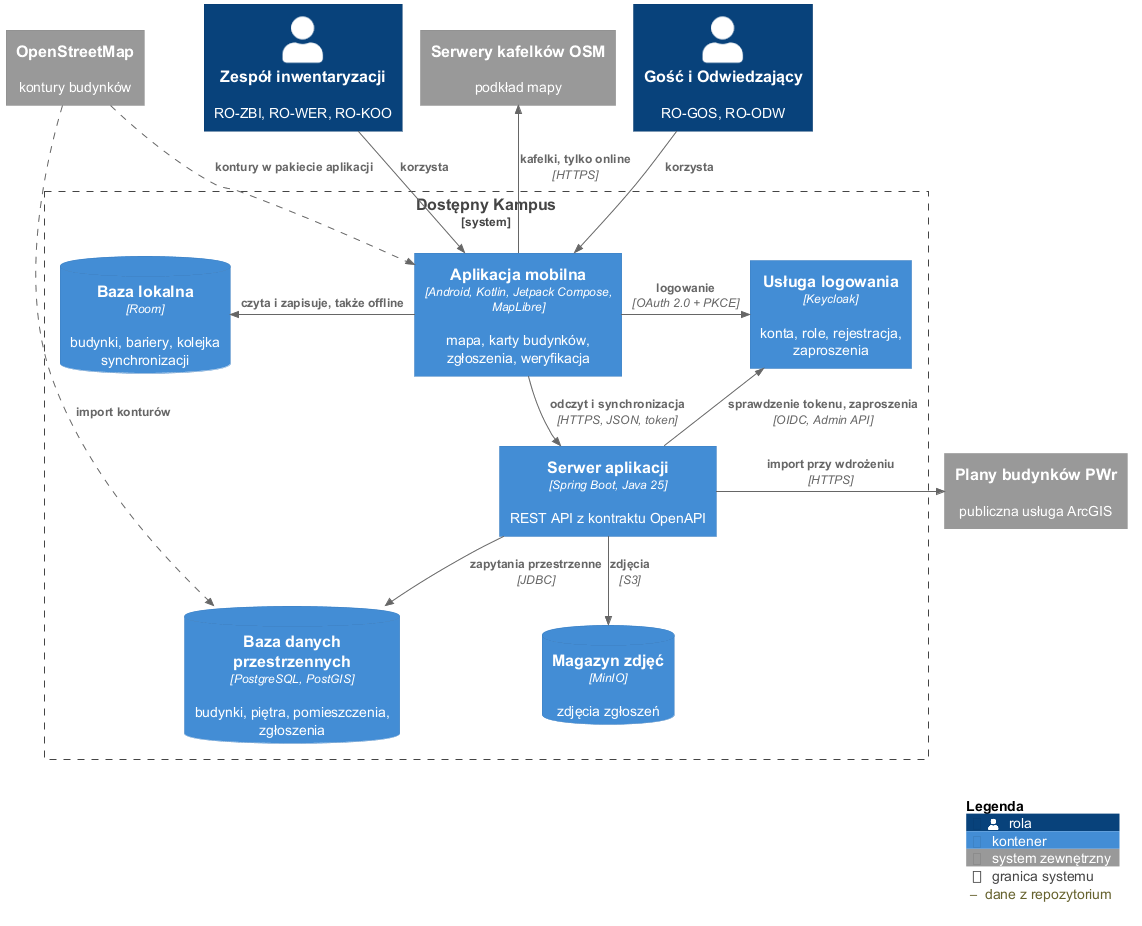
This is docs/docs/_generated/c4-kontenery.png from dostepny-kampus/dostepny-kampus, a PlantUML export, as it was before one commit.
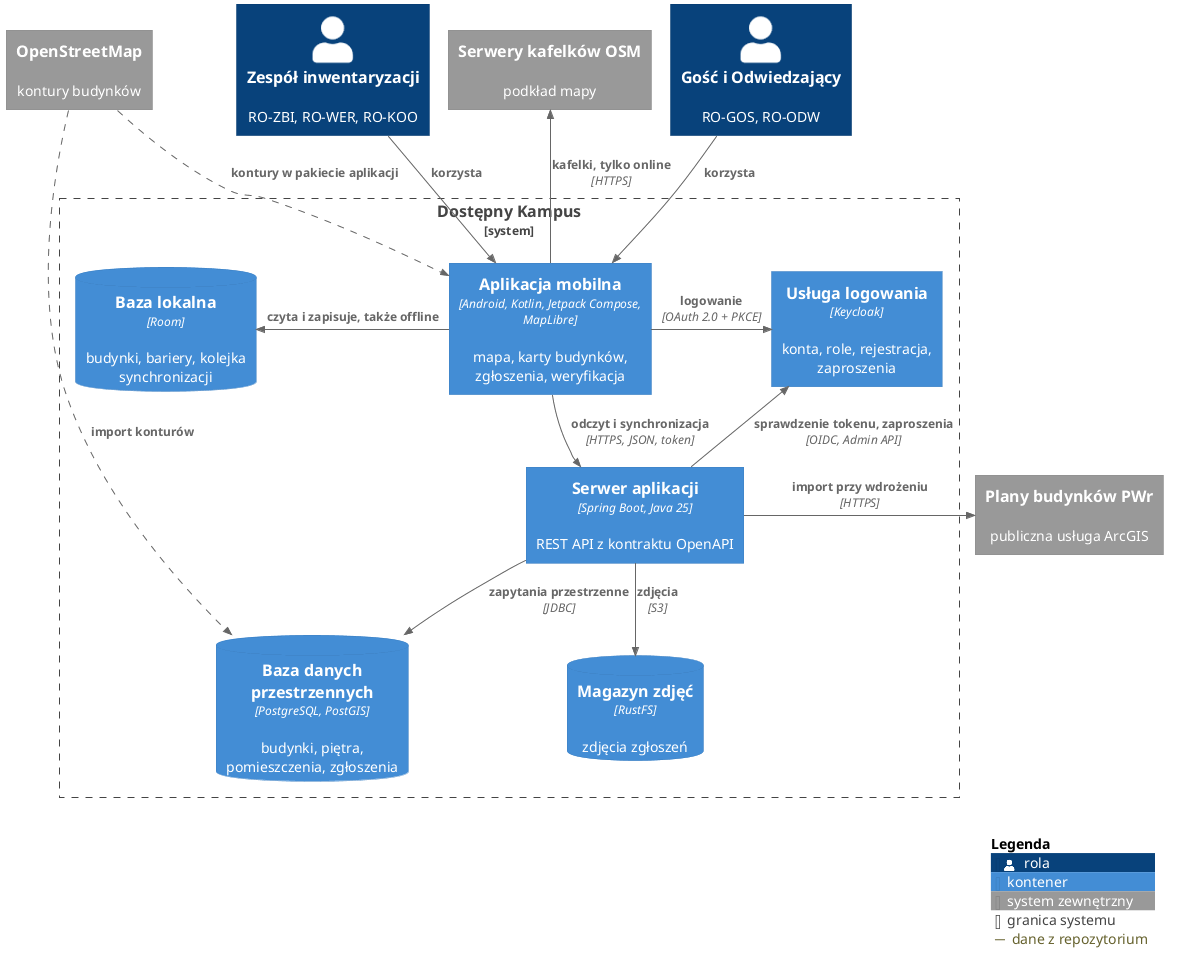
Later version of the same file.

Commit message:
docs(architektura): decyzja ADR-0009 magazyn zdjęć RustFS zamiast MinIO

The edit, as a diff of the source:
```diff
@@ -20,7 +20,7 @@
   Container(kc, "Usługa logowania", "Keycloak", "konta, role, rejestracja, zaproszenia")
   Container(srv, "Serwer aplikacji", "Spring Boot, Java 25", "REST API z kontraktu OpenAPI")
   ContainerDb(db, "Baza danych przestrzennych", "PostgreSQL, PostGIS", "budynki, piętra, pomieszczenia, zgłoszenia")
-  ContainerDb(foto, "Magazyn zdjęć", "MinIO", "zdjęcia zgłoszeń")
+  ContainerDb(foto, "Magazyn zdjęć", "RustFS", "zdjęcia zgłoszeń")
 }
 
 System_Ext(arc, "Plany budynków PWr", "publiczna usługa ArcGIS")
```
